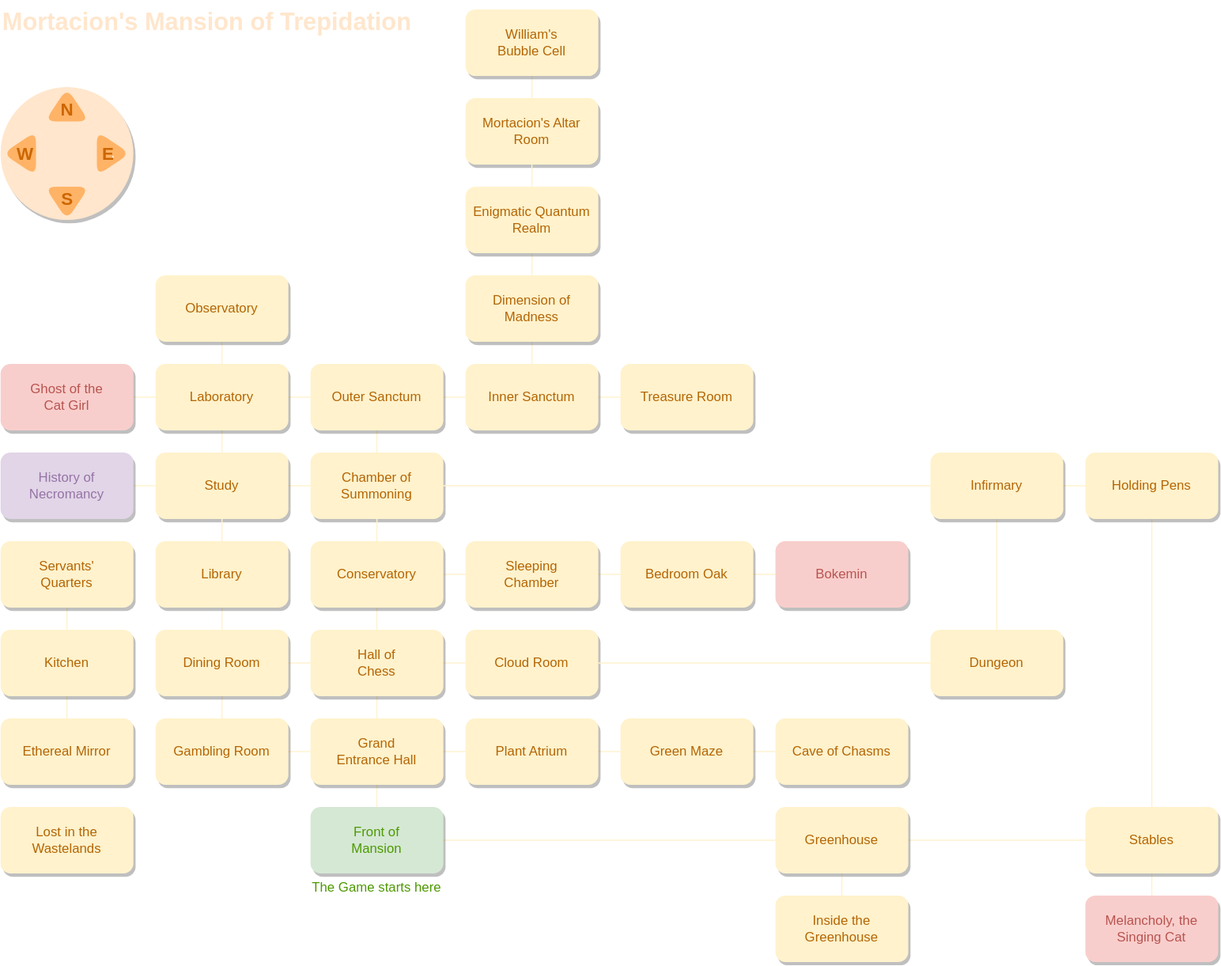
Above: img/utilities/mansion-map.svg in mbalabanov/project-mansion-of-trepidation (draw.io), before the change. Source tidied: cells renumbered, new cells last; positions are measured from the earlier drawing's top-left corner, leaving out a move shared by most shapes.
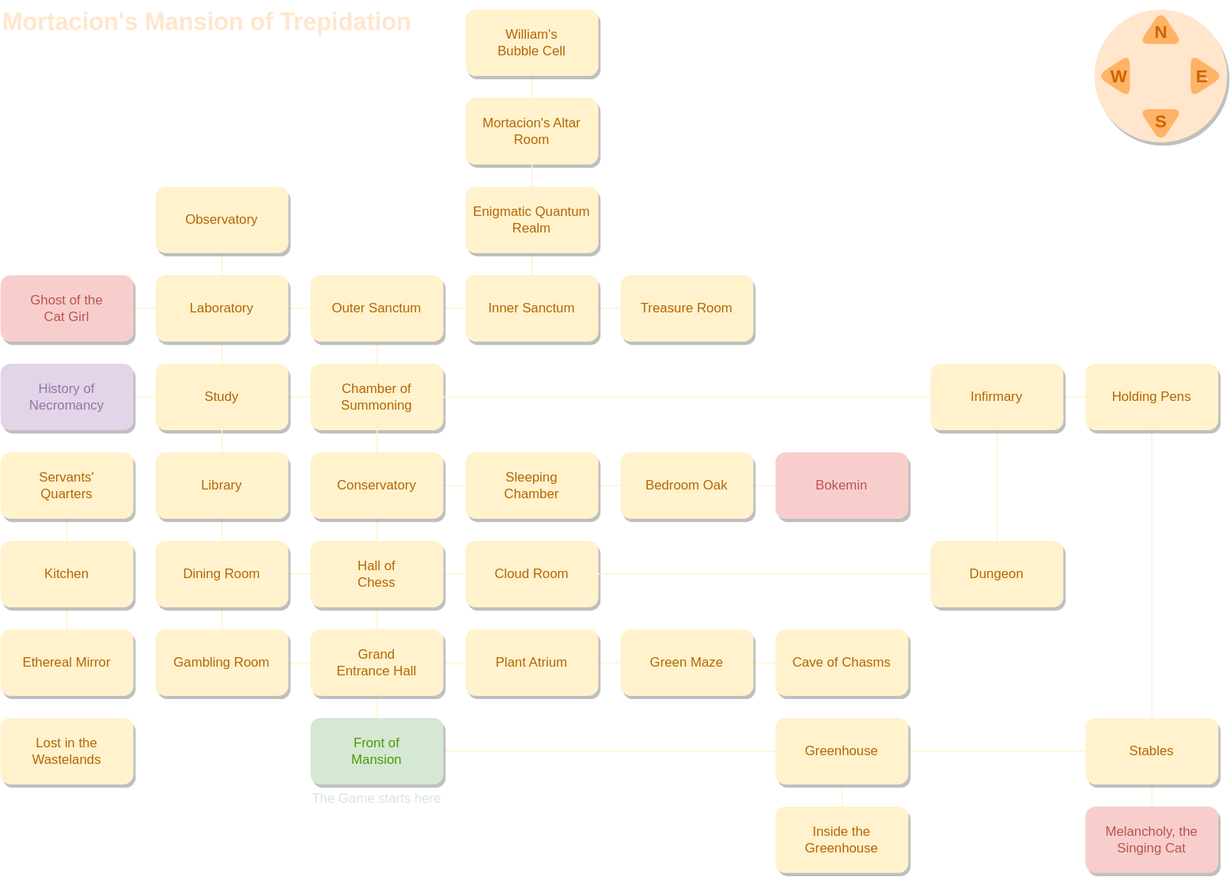
Above is the later version.

The edit, as a diff of the source:
```diff
@@ -171,9 +171,6 @@
     <mxCell id="56" style="edgeStyle=none;html=1;entryX=0;entryY=0.5;entryDx=0;entryDy=0;endArrow=none;endFill=0;strokeColor=#FFF2CC;" parent="1" edge="1" source="58" target="59">
       <mxGeometry relative="1" as="geometry" />
     </mxCell>
-    <mxCell id="57" style="edgeStyle=none;html=1;endArrow=none;endFill=0;strokeColor=#FFF2CC;" parent="1" edge="1" source="58" target="68">
-      <mxGeometry relative="1" as="geometry" />
-    </mxCell>
     <mxCell id="58" value="Inner Sanctum" style="rounded=1;whiteSpace=wrap;html=1;fillStyle=solid;fillColor=#fff2cc;strokeColor=none;fontColor=#B46504;shadow=1;" parent="1" vertex="1">
       <mxGeometry x="420" y="328" width="120" height="60" as="geometry" />
     </mxCell>
@@ -187,13 +184,13 @@
       <mxGeometry x="840" y="568" width="120" height="60" as="geometry" />
     </mxCell>
     <mxCell id="62" value="Mortacion's Altar Room" style="rounded=1;whiteSpace=wrap;html=1;fillStyle=solid;fillColor=#fff2cc;strokeColor=none;fontColor=#B46504;shadow=1;" parent="1" vertex="1">
-      <mxGeometry x="420" y="88" width="120" height="60" as="geometry" />
+      <mxGeometry x="420" y="168" width="120" height="60" as="geometry" />
     </mxCell>
     <mxCell id="63" style="edgeStyle=none;html=1;entryX=0.5;entryY=0;entryDx=0;entryDy=0;endArrow=none;endFill=0;strokeColor=#FFF2CC;" parent="1" edge="1" source="64" target="62">
       <mxGeometry relative="1" as="geometry" />
     </mxCell>
     <mxCell id="64" value="William's&lt;br&gt;Bubble Cell" style="rounded=1;whiteSpace=wrap;html=1;fillStyle=solid;fillColor=#fff2cc;strokeColor=none;fontColor=#B46504;shadow=1;" parent="1" vertex="1">
-      <mxGeometry x="420" y="8" width="120" height="60" as="geometry" />
+      <mxGeometry x="420" y="88" width="120" height="60" as="geometry" />
     </mxCell>
     <mxCell id="65" style="edgeStyle=none;html=1;entryX=0;entryY=0.5;entryDx=0;entryDy=0;endArrow=none;endFill=0;strokeColor=#FFF2CC;" parent="1" edge="1" source="66" target="81">
       <mxGeometry relative="1" as="geometry" />
@@ -201,17 +198,16 @@
     <mxCell id="66" value="Bedroom Oak" style="rounded=1;whiteSpace=wrap;html=1;fillStyle=solid;fillColor=#fff2cc;strokeColor=none;fontColor=#B46504;shadow=1;" parent="1" vertex="1">
       <mxGeometry x="560" y="488" width="120" height="60" as="geometry" />
     </mxCell>
-    <mxCell id="67" style="edgeStyle=none;html=1;entryX=0.5;entryY=1;entryDx=0;entryDy=0;endArrow=none;endFill=0;strokeColor=#FFF2CC;" parent="1" edge="1" source="68" target="70">
-      <mxGeometry relative="1" as="geometry" />
+    <mxCell id="67" style="edgeStyle=none;html=1;entryX=0.5;entryY=1;entryDx=0;entryDy=0;endArrow=none;endFill=0;strokeColor=#FFF2CC;" parent="1" edge="1" target="70">
+      <mxGeometry relative="1" as="geometry">
+        <mxPoint x="480" y="328" as="sourcePoint" />
+      </mxGeometry>
     </mxCell>
-    <mxCell id="68" value="Dimension of Madness" style="rounded=1;whiteSpace=wrap;html=1;fillStyle=solid;fillColor=#fff2cc;strokeColor=none;fontColor=#B46504;shadow=1;" parent="1" vertex="1">
-      <mxGeometry x="420" y="248" width="120" height="60" as="geometry" />
-    </mxCell>
     <mxCell id="69" style="edgeStyle=none;html=1;entryX=0.5;entryY=1;entryDx=0;entryDy=0;endArrow=none;endFill=0;strokeColor=#FFF2CC;" parent="1" edge="1" source="70" target="62">
       <mxGeometry relative="1" as="geometry" />
     </mxCell>
     <mxCell id="70" value="Enigmatic Quantum Realm" style="rounded=1;whiteSpace=wrap;html=1;fillStyle=solid;fillColor=#fff2cc;strokeColor=none;fontColor=#B46504;shadow=1;" parent="1" vertex="1">
-      <mxGeometry x="420" y="168" width="120" height="60" as="geometry" />
+      <mxGeometry x="420" y="248" width="120" height="60" as="geometry" />
     </mxCell>
     <mxCell id="71" style="edgeStyle=none;html=1;entryX=0.5;entryY=0;entryDx=0;entryDy=0;endArrow=none;endFill=0;strokeColor=#FFF2CC;" parent="1" edge="1" source="73" target="61">
       <mxGeometry relative="1" as="geometry" />
@@ -247,36 +243,36 @@
       <mxGeometry x="700" y="488" width="120" height="60" as="geometry" />
     </mxCell>
     <mxCell id="82" value="&lt;font style=&quot;font-size: 22px;&quot;&gt;Mortacion's Mansion of Trepidation&lt;/font&gt;" style="text;html=1;align=left;verticalAlign=middle;strokeColor=none;fillColor=none;fontSize=22;fontColor=#FFE6CC;fontStyle=1;" parent="1" vertex="1">
-      <mxGeometry width="390" height="40" as="geometry" />
+      <mxGeometry y="80" width="390" height="40" as="geometry" />
     </mxCell>
     <mxCell id="83" style="ellipse;whiteSpace=wrap;html=1;rounded=1;fillStyle=solid;strokeColor=none;fillColor=#ffe6cc;shadow=1;" parent="1" vertex="1">
-      <mxGeometry y="78" width="120" height="120" as="geometry" />
+      <mxGeometry x="988" y="88" width="120" height="120" as="geometry" />
     </mxCell>
     <mxCell id="84" style="triangle;whiteSpace=wrap;html=1;rounded=1;fillStyle=solid;strokeColor=none;fontColor=#ffffff;fillColor=#FFB366;rotation=-90;" parent="1" vertex="1">
-      <mxGeometry x="45" y="74" width="30" height="40" as="geometry" />
+      <mxGeometry x="1033" y="84" width="30" height="40" as="geometry" />
     </mxCell>
     <mxCell id="85" value="." style="triangle;whiteSpace=wrap;html=1;rounded=1;fillStyle=solid;strokeColor=none;fontColor=#ffffff;fillColor=#FFB366;rotation=0;" parent="1" vertex="1">
-      <mxGeometry x="87" y="118" width="30" height="40" as="geometry" />
+      <mxGeometry x="1075" y="128" width="30" height="40" as="geometry" />
     </mxCell>
     <mxCell id="86" value="." style="triangle;whiteSpace=wrap;html=1;rounded=1;fillStyle=solid;strokeColor=none;fontColor=#ffffff;fillColor=#FFB366;rotation=-180;" parent="1" vertex="1">
-      <mxGeometry x="2" y="118" width="30" height="40" as="geometry" />
+      <mxGeometry x="990" y="128" width="30" height="40" as="geometry" />
     </mxCell>
     <mxCell id="87" style="triangle;whiteSpace=wrap;html=1;rounded=1;fillStyle=solid;strokeColor=none;fontColor=#ffffff;fillColor=#FFB366;rotation=90;" parent="1" vertex="1">
-      <mxGeometry x="45" y="163" width="30" height="40" as="geometry" />
+      <mxGeometry x="1033" y="173" width="30" height="40" as="geometry" />
     </mxCell>
     <mxCell id="88" value="S" style="text;html=1;align=center;verticalAlign=middle;strokeColor=none;fillColor=none;fontColor=#CC6600;fontStyle=1;fontSize=16;" parent="1" vertex="1">
-      <mxGeometry x="45" y="164" width="30" height="30" as="geometry" />
+      <mxGeometry x="1033" y="174" width="30" height="30" as="geometry" />
     </mxCell>
     <mxCell id="89" value="E" style="text;html=1;align=center;verticalAlign=middle;strokeColor=none;fillColor=none;fontColor=#CC6600;fontStyle=1;fontSize=16;" parent="1" vertex="1">
-      <mxGeometry x="82" y="123" width="30" height="30" as="geometry" />
+      <mxGeometry x="1070" y="133" width="30" height="30" as="geometry" />
     </mxCell>
     <mxCell id="90" value="N" style="text;html=1;align=center;verticalAlign=middle;strokeColor=none;fillColor=none;fontColor=#CC6600;fontStyle=1;fontSize=16;" parent="1" vertex="1">
-      <mxGeometry x="40" y="83" width="40" height="30" as="geometry" />
+      <mxGeometry x="1028" y="93" width="40" height="30" as="geometry" />
     </mxCell>
     <mxCell id="91" value="W" style="text;html=1;align=center;verticalAlign=middle;strokeColor=none;fillColor=none;fontColor=#CC6600;fontStyle=1;fontSize=16;" parent="1" vertex="1">
-      <mxGeometry x="2" y="123" width="40" height="30" as="geometry" />
+      <mxGeometry x="990" y="133" width="40" height="30" as="geometry" />
     </mxCell>
-    <mxCell id="92" value="The Game starts here" style="text;html=1;strokeColor=none;fillColor=none;align=center;verticalAlign=middle;whiteSpace=wrap;rounded=0;shadow=1;fontColor=#4D9900;" parent="1" vertex="1">
+    <mxCell id="92" value="The Game starts here" style="text;html=1;strokeColor=none;fillColor=none;align=center;verticalAlign=middle;whiteSpace=wrap;rounded=0;shadow=1;fontColor=#D5E8D4;" parent="1" vertex="1">
       <mxGeometry x="275" y="786" width="130" height="30" as="geometry" />
     </mxCell>
   </root>
```
